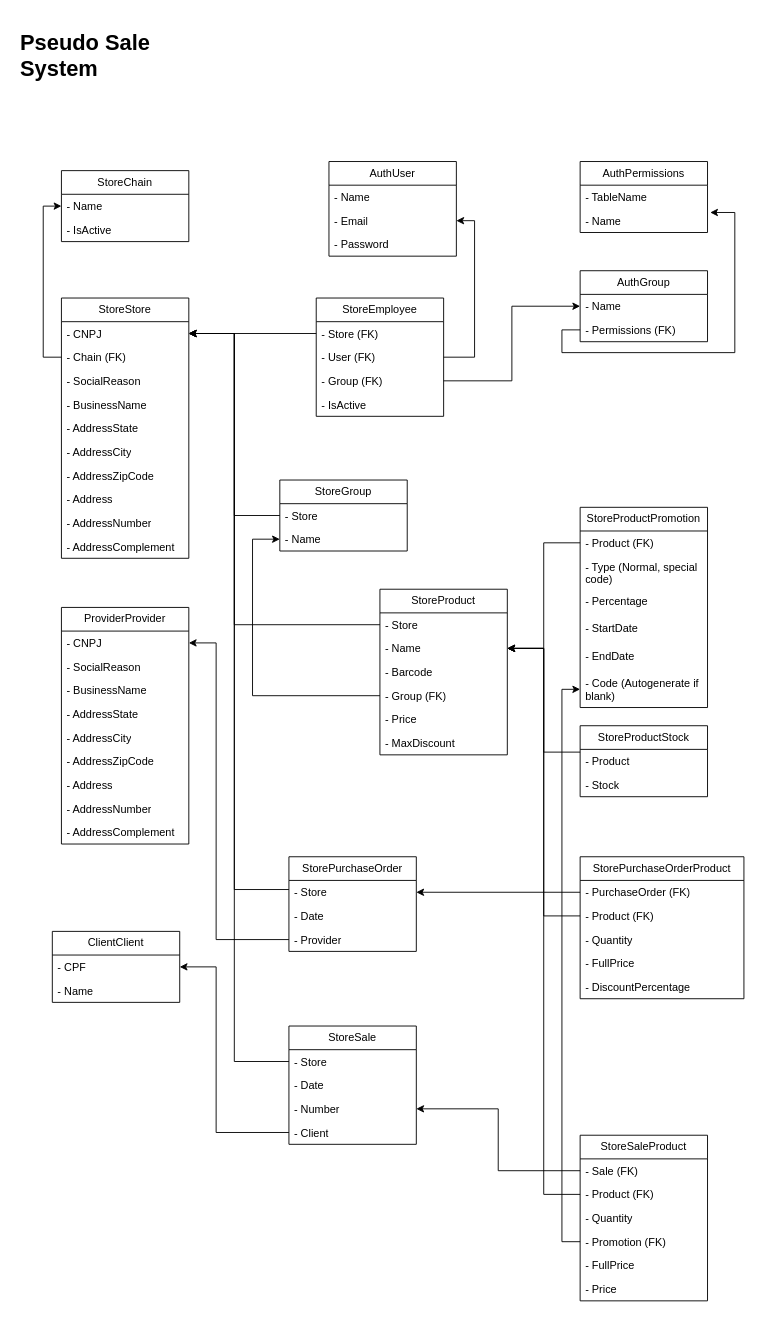
Earlier version of the draw.io diagram Diagrama de interfaces.drawio (caiofaria2308/simpleSS-back). Source tidied: cells renumbered, new cells numbered last; positions are measured from the earlier drawing's top-left corner, leaving out a move shared by most shapes. Both pictures are drawn from the tidied source at 91%, with x=0, y=0 at pixel (15, 25).
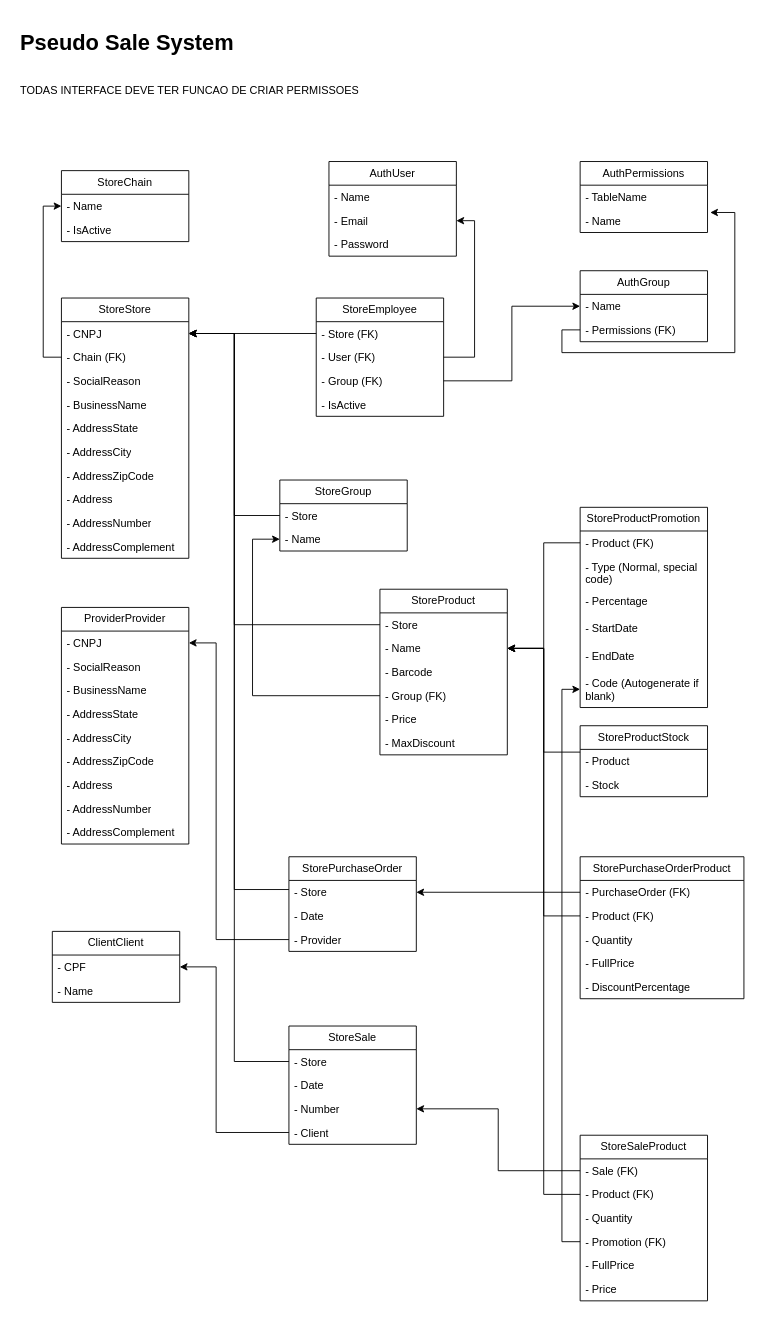
The same page after the edit.

The edit, as a diff of the source:
```diff
@@
-    <mxCell id="2" value="&lt;h1&gt;Pseudo Sale System&lt;/h1&gt;" style="text;html=1;strokeColor=none;fillColor=none;spacing=5;spacingTop=-20;whiteSpace=wrap;overflow=hidden;rounded=0;" parent="1" vertex="1">
-      <mxGeometry width="190" height="120" as="geometry" />
+    <mxCell id="2" value="&lt;h1&gt;Pseudo Sale System&lt;/h1&gt;&lt;div&gt;&lt;br&gt;&lt;/div&gt;&lt;div&gt;TODAS INTERFACE DEVE TER FUNCAO DE CRIAR PERMISSOES&lt;/div&gt;" style="text;html=1;strokeColor=none;fillColor=none;spacing=5;spacingTop=-20;whiteSpace=wrap;overflow=hidden;rounded=0;" parent="1" vertex="1">
+      <mxGeometry width="820" height="120" as="geometry" />
     </mxCell>
```
